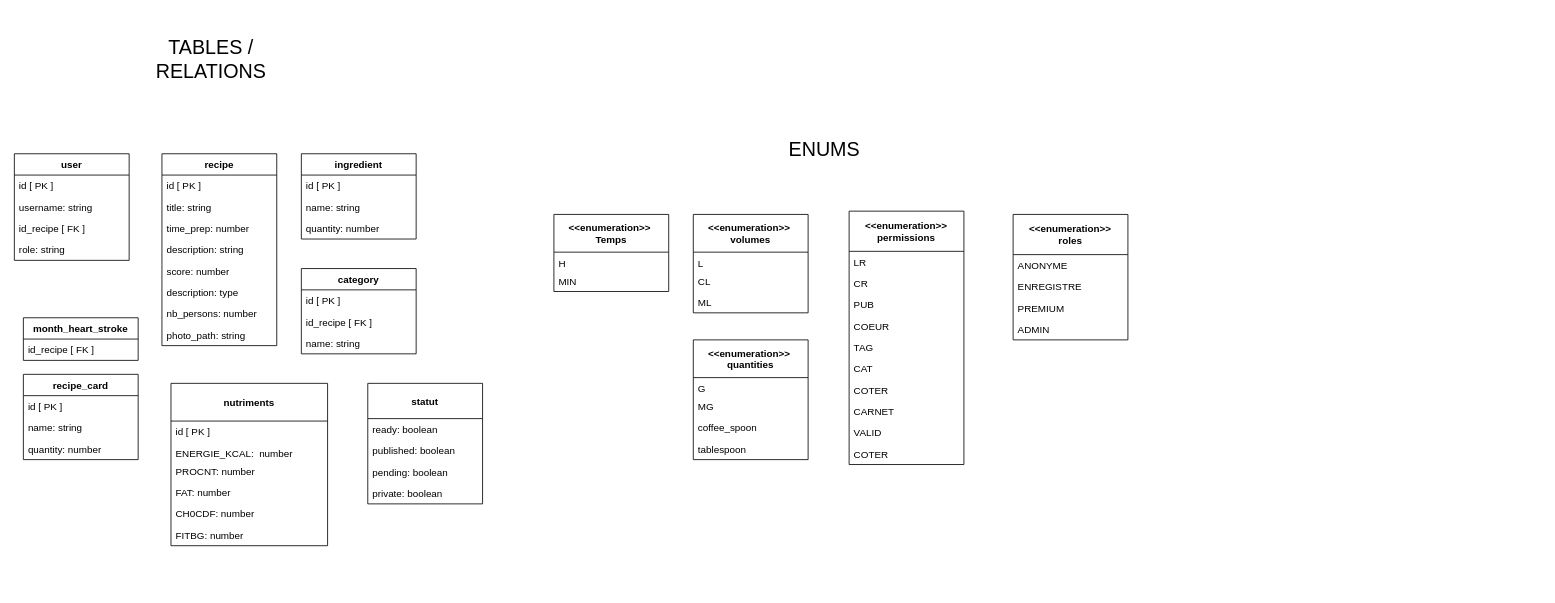
Thomas088/diagramme-cuisine keeps this draw.io diagram as diagramme-recettes.drawio. Above is the earlier version. Source tidied: cells renumbered, new cells numbered last; positions are measured from the earlier drawing's top-left corner, leaving out a move shared by most shapes. Both pictures are drawn from the tidied source at 82%, with x=0, y=0 at pixel (14, 14).
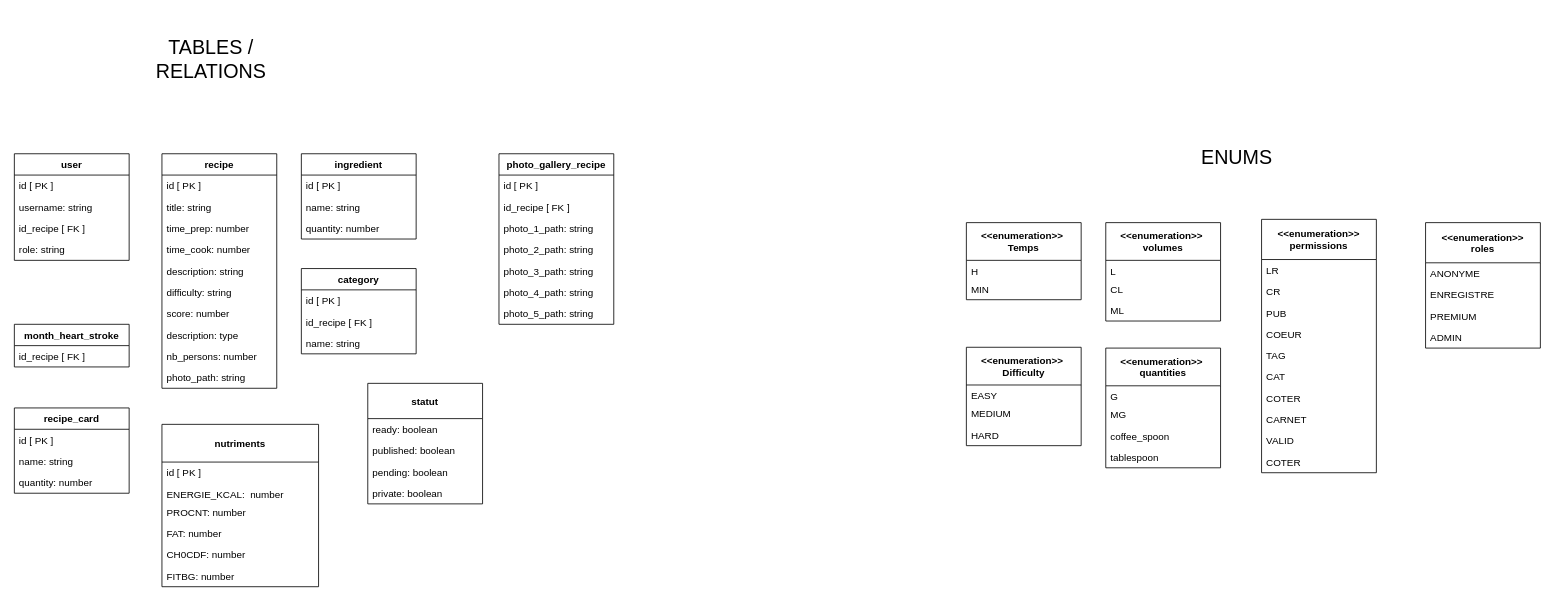
The same page after the edit.

The edit, as a diff of the source:
```diff
@@
     <mxCell id="2" value="&lt;font style=&quot;font-size: 24px&quot;&gt;ENUMS&lt;/font&gt;" style="text;html=1;strokeColor=none;fillColor=none;align=center;verticalAlign=middle;whiteSpace=wrap;rounded=0;" parent="1" vertex="1">
-      <mxGeometry x="888" y="110" width="200" height="110" as="geometry" />
+      <mxGeometry x="1391" y="120" width="200" height="110" as="geometry" />
     </mxCell>
@@
     <mxCell id="9" value="recipe" style="swimlane;fontStyle=1;horizontal=1;startSize=26;fillColor=none;" parent="1" vertex="1">
-      <mxGeometry x="180" y="170" width="140" height="234" as="geometry" />
+      <mxGeometry x="180" y="170" width="140" height="286" as="geometry" />
     </mxCell>
@@
+    <mxCell id="72" value="time_cook: number" style="text;strokeColor=none;fillColor=none;align=left;verticalAlign=top;spacingLeft=4;spacingRight=4;overflow=hidden;" parent="9" vertex="1">
+      <mxGeometry y="104" width="140" height="26" as="geometry" />
+    </mxCell>
     <mxCell id="13" value="description: string" style="text;strokeColor=none;fillColor=none;align=left;verticalAlign=top;spacingLeft=4;spacingRight=4;overflow=hidden;" parent="9" vertex="1">
-      <mxGeometry y="104" width="140" height="26" as="geometry" />
+      <mxGeometry y="130" width="140" height="26" as="geometry" />
     </mxCell>
+    <mxCell id="73" value="difficulty: string" style="text;strokeColor=none;fillColor=none;align=left;verticalAlign=top;spacingLeft=4;spacingRight=4;overflow=hidden;" parent="9" vertex="1">
+      <mxGeometry y="156" width="140" height="26" as="geometry" />
+    </mxCell>
     <mxCell id="14" value="score: number" style="text;strokeColor=none;fillColor=none;align=left;verticalAlign=top;spacingLeft=4;spacingRight=4;overflow=hidden;" parent="9" vertex="1">
-      <mxGeometry y="130" width="140" height="26" as="geometry" />
+      <mxGeometry y="182" width="140" height="26" as="geometry" />
     </mxCell>
     <mxCell id="15" value="description: type" style="text;strokeColor=none;fillColor=none;align=left;verticalAlign=top;spacingLeft=4;spacingRight=4;overflow=hidden;" parent="9" vertex="1">
-      <mxGeometry y="156" width="140" height="26" as="geometry" />
+      <mxGeometry y="208" width="140" height="26" as="geometry" />
     </mxCell>
     <mxCell id="16" value="nb_persons: number" style="text;strokeColor=none;fillColor=none;align=left;verticalAlign=top;spacingLeft=4;spacingRight=4;overflow=hidden;" parent="9" vertex="1">
-      <mxGeometry y="182" width="140" height="26" as="geometry" />
+      <mxGeometry y="234" width="140" height="26" as="geometry" />
     </mxCell>
     <mxCell id="17" value="photo_path: string" style="text;strokeColor=none;fillColor=none;align=left;verticalAlign=top;spacingLeft=4;spacingRight=4;overflow=hidden;" parent="9" vertex="1">
-      <mxGeometry y="208" width="140" height="26" as="geometry" />
+      <mxGeometry y="260" width="140" height="26" as="geometry" />
     </mxCell>
@@
-    <mxCell id="26" value="recipe_card" style="swimlane;fontStyle=1;horizontal=1;startSize=26;fillColor=none;" parent="1" vertex="1">
-      <mxGeometry x="11" y="439" width="140" height="104" as="geometry" />
-    </mxCell>
-    <mxCell id="27" value="id [ PK ]" style="text;strokeColor=none;fillColor=none;align=left;verticalAlign=top;spacingLeft=4;spacingRight=4;overflow=hidden;" parent="26" vertex="1">
-      <mxGeometry y="26" width="140" height="26" as="geometry" />
-    </mxCell>
-    <mxCell id="28" value="name: string" style="text;strokeColor=none;fillColor=none;align=left;verticalAlign=top;spacingLeft=4;spacingRight=4;overflow=hidden;" parent="26" vertex="1">
-      <mxGeometry y="52" width="140" height="26" as="geometry" />
-    </mxCell>
-    <mxCell id="29" value="quantity: number" style="text;strokeColor=none;fillColor=none;align=left;verticalAlign=top;spacingLeft=4;spacingRight=4;overflow=hidden;" parent="26" vertex="1">
-      <mxGeometry y="78" width="140" height="26" as="geometry" />
-    </mxCell>
+    <mxCell id="37" value="statut" style="swimlane;fontStyle=1;horizontal=1;startSize=43;fillColor=none;" parent="1" vertex="1">
+      <mxGeometry x="431" y="450" width="140" height="147" as="geometry" />
+    </mxCell>
+    <mxCell id="38" value="ready: boolean" style="text;strokeColor=none;fillColor=none;align=left;verticalAlign=top;spacingLeft=4;spacingRight=4;overflow=hidden;" parent="37" vertex="1">
+      <mxGeometry y="43" width="140" height="26" as="geometry" />
+    </mxCell>
+    <mxCell id="39" value="published: boolean" style="text;strokeColor=none;fillColor=none;align=left;verticalAlign=top;spacingLeft=4;spacingRight=4;overflow=hidden;" parent="37" vertex="1">
+      <mxGeometry y="69" width="140" height="26" as="geometry" />
+    </mxCell>
+    <mxCell id="40" value="pending: boolean" style="text;strokeColor=none;fillColor=none;align=left;verticalAlign=top;spacingLeft=4;spacingRight=4;overflow=hidden;" parent="37" vertex="1">
+      <mxGeometry y="95" width="140" height="26" as="geometry" />
+    </mxCell>
+    <mxCell id="41" value="private: boolean" style="text;strokeColor=none;fillColor=none;align=left;verticalAlign=top;spacingLeft=4;spacingRight=4;overflow=hidden;" parent="37" vertex="1">
+      <mxGeometry y="121" width="140" height="26" as="geometry" />
+    </mxCell>
     <mxCell id="30" value="nutriments" style="swimlane;fontStyle=1;horizontal=1;startSize=46;fillColor=none;" parent="1" vertex="1">
-      <mxGeometry x="191" y="450" width="191" height="198" as="geometry" />
+      <mxGeometry x="180" y="500" width="191" height="198" as="geometry" />
     </mxCell>
@@
-    <mxCell id="37" value="statut" style="swimlane;fontStyle=1;horizontal=1;startSize=43;fillColor=none;" parent="1" vertex="1">
-      <mxGeometry x="431" y="450" width="140" height="147" as="geometry" />
-    </mxCell>
-    <mxCell id="38" value="ready: boolean" style="text;strokeColor=none;fillColor=none;align=left;verticalAlign=top;spacingLeft=4;spacingRight=4;overflow=hidden;" parent="37" vertex="1">
-      <mxGeometry y="43" width="140" height="26" as="geometry" />
-    </mxCell>
-    <mxCell id="39" value="published: boolean" style="text;strokeColor=none;fillColor=none;align=left;verticalAlign=top;spacingLeft=4;spacingRight=4;overflow=hidden;" parent="37" vertex="1">
-      <mxGeometry y="69" width="140" height="26" as="geometry" />
-    </mxCell>
-    <mxCell id="40" value="pending: boolean" style="text;strokeColor=none;fillColor=none;align=left;verticalAlign=top;spacingLeft=4;spacingRight=4;overflow=hidden;" parent="37" vertex="1">
-      <mxGeometry y="95" width="140" height="26" as="geometry" />
-    </mxCell>
-    <mxCell id="41" value="private: boolean" style="text;strokeColor=none;fillColor=none;align=left;verticalAlign=top;spacingLeft=4;spacingRight=4;overflow=hidden;" parent="37" vertex="1">
-      <mxGeometry y="121" width="140" height="26" as="geometry" />
-    </mxCell>
     <mxCell id="42" value="month_heart_stroke" style="swimlane;fontStyle=1;horizontal=1;startSize=26;fillColor=none;" parent="1" vertex="1">
-      <mxGeometry x="11" y="370" width="140" height="52" as="geometry" />
+      <mxGeometry y="378" width="140" height="52" as="geometry" />
     </mxCell>
@@
+    <mxCell id="26" value="recipe_card" style="swimlane;fontStyle=1;horizontal=1;startSize=26;fillColor=none;" parent="1" vertex="1">
+      <mxGeometry y="480" width="140" height="104" as="geometry" />
+    </mxCell>
+    <mxCell id="27" value="id [ PK ]" style="text;strokeColor=none;fillColor=none;align=left;verticalAlign=top;spacingLeft=4;spacingRight=4;overflow=hidden;" parent="26" vertex="1">
+      <mxGeometry y="26" width="140" height="26" as="geometry" />
+    </mxCell>
+    <mxCell id="28" value="name: string" style="text;strokeColor=none;fillColor=none;align=left;verticalAlign=top;spacingLeft=4;spacingRight=4;overflow=hidden;" parent="26" vertex="1">
+      <mxGeometry y="52" width="140" height="26" as="geometry" />
+    </mxCell>
+    <mxCell id="29" value="quantity: number" style="text;strokeColor=none;fillColor=none;align=left;verticalAlign=top;spacingLeft=4;spacingRight=4;overflow=hidden;" parent="26" vertex="1">
+      <mxGeometry y="78" width="140" height="26" as="geometry" />
+    </mxCell>
     <mxCell id="44" value="&lt;&lt;enumeration&gt;&gt; &#10;roles" style="swimlane;fontStyle=1;horizontal=1;startSize=49;fillColor=none;" parent="1" vertex="1">
-      <mxGeometry x="1218" y="244" width="140" height="153" as="geometry" />
+      <mxGeometry x="1721" y="254" width="140" height="153" as="geometry" />
     </mxCell>
@@
     <mxCell id="49" value="&lt;&lt;enumeration&gt;&gt; &#10;permissions" style="swimlane;fontStyle=1;horizontal=1;startSize=49;fillColor=none;" parent="1" vertex="1">
-      <mxGeometry x="1018" y="240" width="140" height="309" as="geometry" />
+      <mxGeometry x="1521" y="250" width="140" height="309" as="geometry" />
     </mxCell>
@@
     <mxCell id="60" value="&lt;&lt;enumeration&gt;&gt; &#10;volumes" style="swimlane;fontStyle=1;horizontal=1;startSize=46;fillColor=none;" parent="1" vertex="1">
-      <mxGeometry x="828" y="244" width="140" height="120" as="geometry" />
+      <mxGeometry x="1331" y="254" width="140" height="120" as="geometry" />
     </mxCell>
@@
     <mxCell id="64" value="&lt;&lt;enumeration&gt;&gt; &#10;Temps" style="swimlane;fontStyle=1;horizontal=1;startSize=46;fillColor=none;" parent="1" vertex="1">
-      <mxGeometry x="658" y="244" width="140" height="94" as="geometry" />
+      <mxGeometry x="1161" y="254" width="140" height="94" as="geometry" />
     </mxCell>
@@
     <mxCell id="67" value="&lt;&lt;enumeration&gt;&gt; &#10;quantities" style="swimlane;fontStyle=1;horizontal=1;startSize=46;fillColor=none;" parent="1" vertex="1">
-      <mxGeometry x="828" y="397" width="140" height="146" as="geometry" />
+      <mxGeometry x="1331" y="407" width="140" height="146" as="geometry" />
     </mxCell>
@@
+    <mxCell id="74" value="&lt;&lt;enumeration&gt;&gt; &#10;Difficulty" style="swimlane;fontStyle=1;horizontal=1;startSize=46;fillColor=none;" parent="1" vertex="1">
+      <mxGeometry x="1161" y="406" width="140" height="120" as="geometry" />
+    </mxCell>
+    <mxCell id="75" value="EASY" style="text;strokeColor=none;fillColor=none;align=left;verticalAlign=top;spacingLeft=4;spacingRight=4;overflow=hidden;" parent="74" vertex="1">
+      <mxGeometry y="46" width="140" height="22" as="geometry" />
+    </mxCell>
+    <mxCell id="76" value="MEDIUM" style="text;strokeColor=none;fillColor=none;align=left;verticalAlign=top;spacingLeft=4;spacingRight=4;overflow=hidden;" parent="74" vertex="1">
+      <mxGeometry y="68" width="140" height="26" as="geometry" />
+    </mxCell>
+    <mxCell id="77" value="HARD" style="text;strokeColor=none;fillColor=none;align=left;verticalAlign=top;spacingLeft=4;spacingRight=4;overflow=hidden;" parent="74" vertex="1">
+      <mxGeometry y="94" width="140" height="26" as="geometry" />
+    </mxCell>
+    <mxCell id="78" value="photo_gallery_recipe" style="swimlane;fontStyle=1;horizontal=1;startSize=26;fillColor=none;" parent="1" vertex="1">
+      <mxGeometry x="591" y="170" width="140" height="208" as="geometry" />
+    </mxCell>
+    <mxCell id="79" value="id [ PK ]" style="text;strokeColor=none;fillColor=none;align=left;verticalAlign=top;spacingLeft=4;spacingRight=4;overflow=hidden;" parent="78" vertex="1">
+      <mxGeometry y="26" width="140" height="26" as="geometry" />
+    </mxCell>
+    <mxCell id="80" value="id_recipe [ FK ]" style="text;strokeColor=none;fillColor=none;align=left;verticalAlign=top;spacingLeft=4;spacingRight=4;overflow=hidden;" parent="78" vertex="1">
+      <mxGeometry y="52" width="140" height="26" as="geometry" />
+    </mxCell>
+    <mxCell id="81" value="photo_1_path: string " style="text;strokeColor=none;fillColor=none;align=left;verticalAlign=top;spacingLeft=4;spacingRight=4;overflow=hidden;" parent="78" vertex="1">
+      <mxGeometry y="78" width="140" height="26" as="geometry" />
+    </mxCell>
+    <mxCell id="82" value="photo_2_path: string " style="text;strokeColor=none;fillColor=none;align=left;verticalAlign=top;spacingLeft=4;spacingRight=4;overflow=hidden;" parent="78" vertex="1">
+      <mxGeometry y="104" width="140" height="26" as="geometry" />
+    </mxCell>
+    <mxCell id="83" value="photo_3_path: string " style="text;strokeColor=none;fillColor=none;align=left;verticalAlign=top;spacingLeft=4;spacingRight=4;overflow=hidden;" parent="78" vertex="1">
+      <mxGeometry y="130" width="140" height="26" as="geometry" />
+    </mxCell>
+    <mxCell id="84" value="photo_4_path: string " style="text;strokeColor=none;fillColor=none;align=left;verticalAlign=top;spacingLeft=4;spacingRight=4;overflow=hidden;" parent="78" vertex="1">
+      <mxGeometry y="156" width="140" height="26" as="geometry" />
+    </mxCell>
+    <mxCell id="85" value="photo_5_path: string " style="text;strokeColor=none;fillColor=none;align=left;verticalAlign=top;spacingLeft=4;spacingRight=4;overflow=hidden;" parent="78" vertex="1">
+      <mxGeometry y="182" width="140" height="26" as="geometry" />
+    </mxCell>
```
